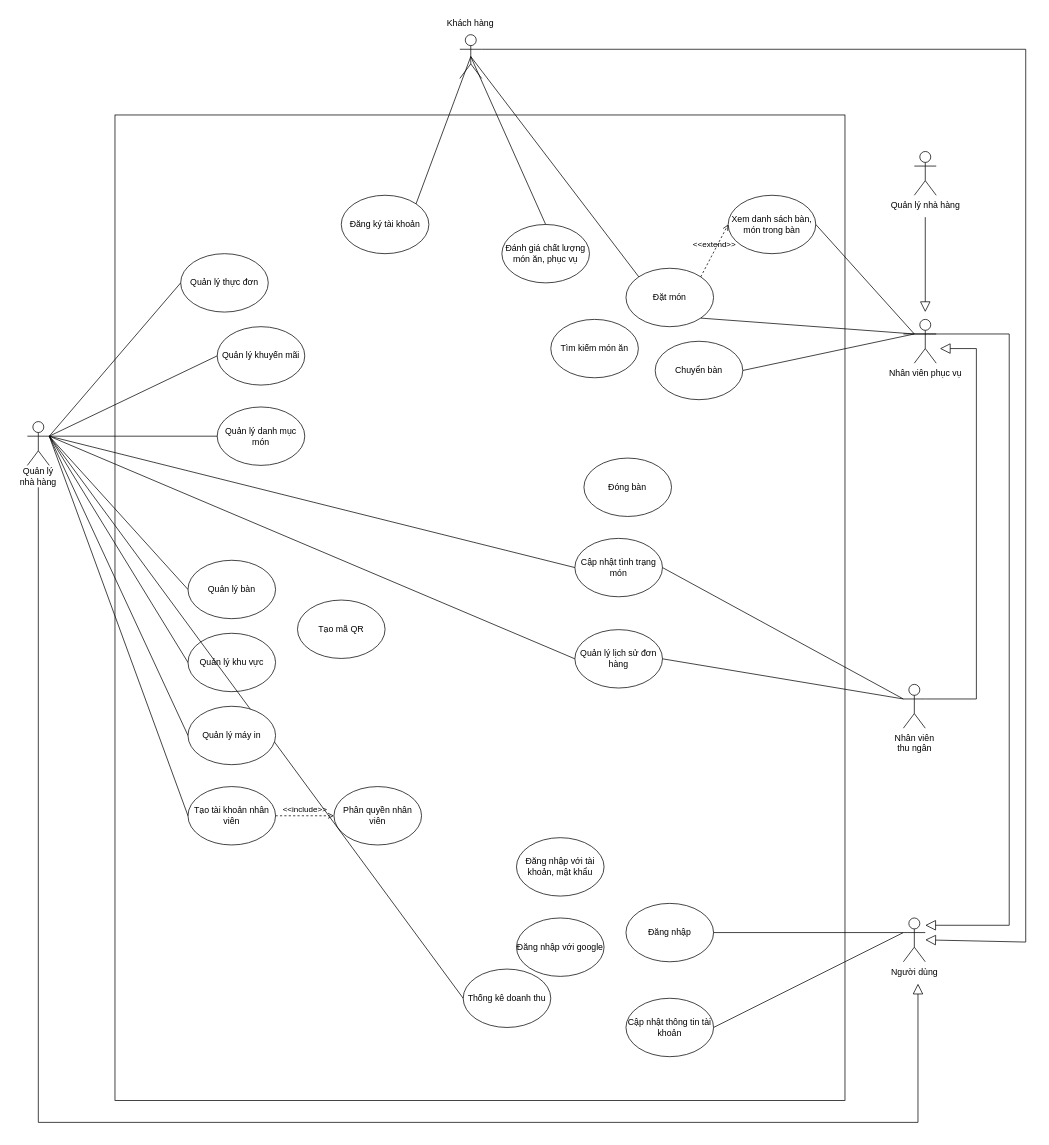
duc-hai/GreenFeast keeps this draw.io diagram as page "Use-case" (1 of 11) of BRD.drawio. Above is the earlier version. Source tidied: cells renumbered, new cells numbered last; positions are measured from the earlier drawing's top-left corner, leaving out a move shared by most shapes. Both pictures are drawn from the tidied source at 73%, with x=0, y=0 at pixel (12, 12).
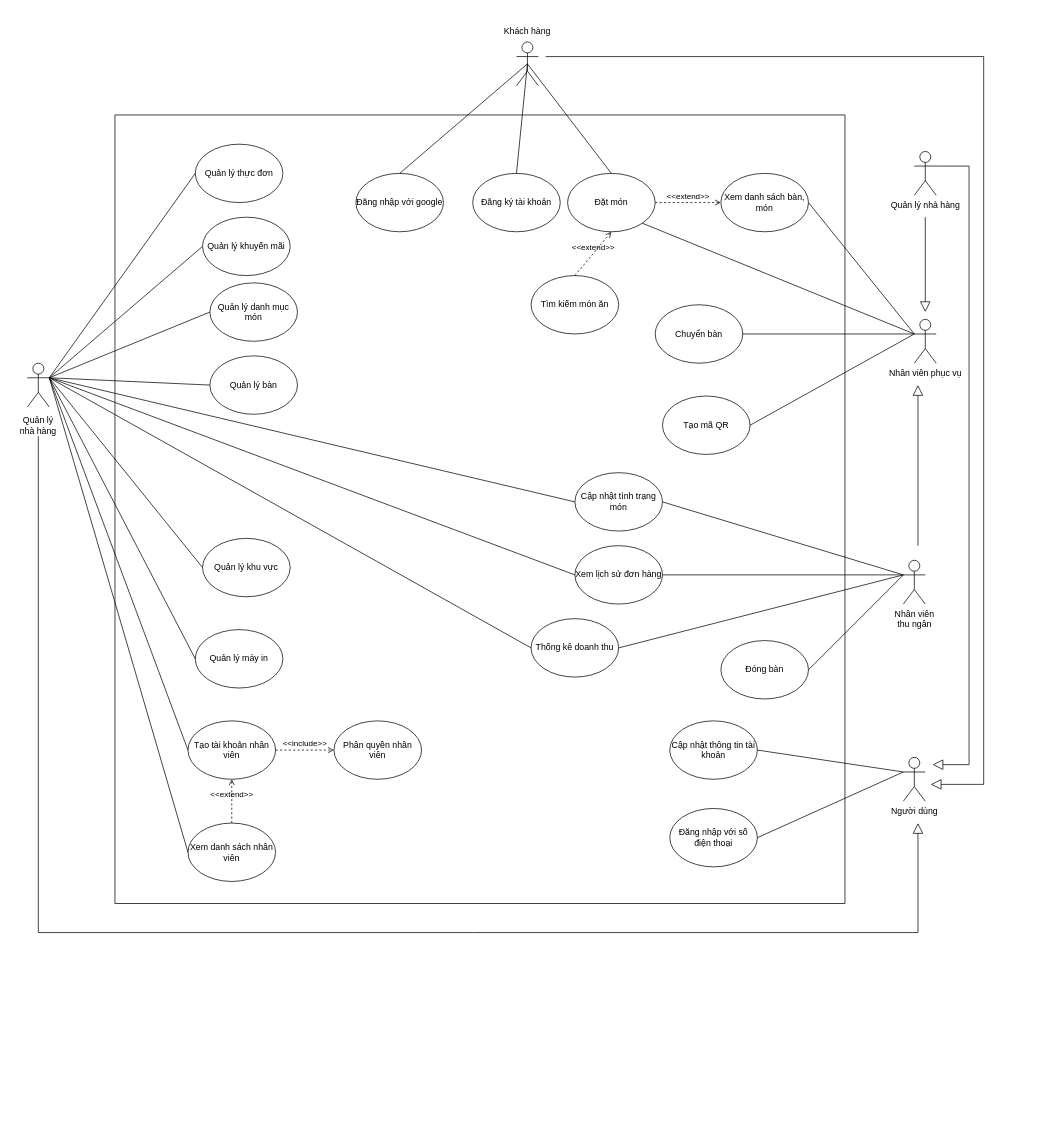
The same page after the edit.

The change refers to these unchanged cells:
```xml
<mxCell id="33" value="Nhân viên phục vụ" style="shape=umlActor;verticalLabelPosition=bottom;verticalAlign=top;html=1;outlineConnect=0;" parent="1" vertex="1">
  <mxGeometry x="1235" y="420" width="30" height="60" as="geometry" />
</mxCell>
<mxCell id="54" value="Quản lý nhà hàng" style="shape=umlActor;verticalLabelPosition=bottom;verticalAlign=top;html=1;outlineConnect=0;" parent="1" vertex="1">
  <mxGeometry x="1235" y="190" width="30" height="60" as="geometry" />
</mxCell>
```

What changed in the source:
```diff
@@
     <mxCell id="2" style="rounded=0;whiteSpace=wrap;html=1;" parent="1" vertex="1">
-      <mxGeometry x="140" y="140" width="1000" height="1350" as="geometry" />
+      <mxGeometry x="140" y="140" width="1000" height="1080" as="geometry" />
     </mxCell>
     <mxCell id="3" value="Quản lý thực đơn" style="ellipse;whiteSpace=wrap;html=1;" parent="1" vertex="1">
-      <mxGeometry x="230" y="330" width="120" height="80" as="geometry" />
+      <mxGeometry x="250" y="180" width="120" height="80" as="geometry" />
     </mxCell>
     <mxCell id="4" value="Quản lý danh mục món" style="ellipse;whiteSpace=wrap;html=1;" parent="1" vertex="1">
-      <mxGeometry x="280" y="540" width="120" height="80" as="geometry" />
+      <mxGeometry x="270" y="370" width="120" height="80" as="geometry" />
     </mxCell>
     <mxCell id="5" value="Quản lý khu vực" style="ellipse;whiteSpace=wrap;html=1;" parent="1" vertex="1">
-      <mxGeometry x="240" y="850" width="120" height="80" as="geometry" />
+      <mxGeometry x="260" y="720" width="120" height="80" as="geometry" />
     </mxCell>
     <mxCell id="6" value="Quản lý bàn" style="ellipse;whiteSpace=wrap;html=1;" parent="1" vertex="1">
-      <mxGeometry x="240" y="750" width="120" height="80" as="geometry" />
+      <mxGeometry x="270" y="470" width="120" height="80" as="geometry" />
     </mxCell>
     <mxCell id="7" value="Quản lý khuyến mãi" style="ellipse;whiteSpace=wrap;html=1;" parent="1" vertex="1">
-      <mxGeometry x="280" y="430" width="120" height="80" as="geometry" />
+      <mxGeometry x="260" y="280" width="120" height="80" as="geometry" />
     </mxCell>
     <mxCell id="8" value="Tạo tài khoản nhân viên" style="ellipse;whiteSpace=wrap;html=1;" parent="1" vertex="1">
-      <mxGeometry x="240" y="1060" width="120" height="80" as="geometry" />
+      <mxGeometry x="240" y="970" width="120" height="80" as="geometry" />
     </mxCell>
     <mxCell id="9" value="Phân quyền nhân viên" style="ellipse;whiteSpace=wrap;html=1;" parent="1" vertex="1">
-      <mxGeometry x="440" y="1060" width="120" height="80" as="geometry" />
+      <mxGeometry x="440" y="970" width="120" height="80" as="geometry" />
     </mxCell>
     <mxCell id="10" style="shape=umlActor;verticalLabelPosition=bottom;verticalAlign=top;html=1;outlineConnect=0;" parent="1" vertex="1">
-      <mxGeometry x="20" y="560" width="30" height="60" as="geometry" />
+      <mxGeometry x="20" y="480" width="30" height="60" as="geometry" />
     </mxCell>
@@
     <mxCell id="17" value="Thống kê doanh thu" style="ellipse;whiteSpace=wrap;html=1;" parent="1" vertex="1">
-      <mxGeometry x="617" y="1310" width="120" height="80" as="geometry" />
+      <mxGeometry x="710" y="830" width="120" height="80" as="geometry" />
     </mxCell>
@@
     <mxCell id="19" value="Đặt món" style="ellipse;whiteSpace=wrap;html=1;" parent="1" vertex="1">
-      <mxGeometry x="840" y="350" width="120" height="80" as="geometry" />
+      <mxGeometry x="760" y="220" width="120" height="80" as="geometry" />
     </mxCell>
-    <mxCell id="20" style="shape=umlActor;verticalLabelPosition=bottom;verticalAlign=top;html=1;outlineConnect=0;" parent="1" vertex="1">
-      <mxGeometry x="612.4" y="30" width="30" height="60" as="geometry" />
-    </mxCell>
-    <mxCell id="21" style="endArrow=none;html=1;rounded=0;exitX=0;exitY=0;exitDx=0;exitDy=0;entryX=0.5;entryY=0.5;entryDx=0;entryDy=0;entryPerimeter=0;" parent="1" edge="1" source="19" target="20">
-      <mxGeometry relative="1" as="geometry" />
-    </mxCell>
@@
     <mxCell id="23" value="Đăng ký tài khoản" style="ellipse;whiteSpace=wrap;html=1;" parent="1" vertex="1">
-      <mxGeometry x="450" y="250" width="120" height="80" as="geometry" />
+      <mxGeometry x="630" y="220" width="120" height="80" as="geometry" />
     </mxCell>
-    <mxCell id="24" style="endArrow=none;html=1;rounded=0;entryX=1;entryY=0;entryDx=0;entryDy=0;exitX=0.5;exitY=0.5;exitDx=0;exitDy=0;exitPerimeter=0;" parent="1" edge="1" source="20" target="23">
-      <mxGeometry relative="1" as="geometry" />
-    </mxCell>
     <mxCell id="25" value="Nhân viên&lt;br&gt;thu ngân" style="shape=umlActor;verticalLabelPosition=bottom;verticalAlign=top;html=1;outlineConnect=0;" parent="1" vertex="1">
-      <mxGeometry x="1220" y="920" width="30" height="60" as="geometry" />
+      <mxGeometry x="1220" y="750" width="30" height="60" as="geometry" />
     </mxCell>
     <mxCell id="26" value="Quản lý máy in" style="ellipse;whiteSpace=wrap;html=1;" parent="1" vertex="1">
-      <mxGeometry x="240" y="950" width="120" height="80" as="geometry" />
+      <mxGeometry x="250" y="845" width="120" height="80" as="geometry" />
     </mxCell>
@@
     <mxCell id="28" value="Người dùng" style="shape=umlActor;verticalLabelPosition=bottom;verticalAlign=top;html=1;outlineConnect=0;" parent="1" vertex="1">
-      <mxGeometry x="1220" y="1240" width="30" height="60" as="geometry" />
+      <mxGeometry x="1220" y="1020" width="30" height="60" as="geometry" />
     </mxCell>
-    <mxCell id="29" value="Đăng nhập" style="ellipse;whiteSpace=wrap;html=1;" parent="1" vertex="1">
-      <mxGeometry x="840" y="1220" width="120" height="80" as="geometry" />
+    <mxCell id="29" value="Đăng nhập với số điện thoại" style="ellipse;whiteSpace=wrap;html=1;" parent="1" vertex="1">
+      <mxGeometry x="900" y="1090" width="120" height="80" as="geometry" />
     </mxCell>
@@
     <mxCell id="34" value="Chuyển bàn" style="ellipse;whiteSpace=wrap;html=1;" parent="1" vertex="1">
-      <mxGeometry x="880" y="450" width="120" height="80" as="geometry" />
+      <mxGeometry x="880" y="400" width="120" height="80" as="geometry" />
     </mxCell>
-    <mxCell id="35" value="Khách hàng" style="text;html=1;strokeColor=none;fillColor=none;align=center;verticalAlign=middle;whiteSpace=wrap;rounded=0;" parent="1" vertex="1">
-      <mxGeometry x="592.4" width="70" height="30" as="geometry" />
-    </mxCell>
     <mxCell id="36" style="edgeStyle=none;html=1;endSize=12;endArrow=block;endFill=0;rounded=0;exitX=0.5;exitY=1;exitDx=0;exitDy=0;" parent="1" edge="1" source="37">
       <mxGeometry relative="1" as="geometry">
-        <mxPoint x="1240" y="1330" as="targetPoint" />
+        <mxPoint x="1240" y="1110" as="targetPoint" />
         <Array as="points">
-          <mxPoint x="35" y="1520" />
-          <mxPoint x="1240" y="1520" />
+          <mxPoint x="35" y="1260" />
+          <mxPoint x="630" y="1260" />
+          <mxPoint x="1240" y="1260" />
         </Array>
       </mxGeometry>
     </mxCell>
     <mxCell id="37" value="Quản lý&lt;br&gt;nhà hàng" style="text;html=1;strokeColor=none;fillColor=none;align=center;verticalAlign=middle;whiteSpace=wrap;rounded=0;" parent="1" vertex="1">
-      <mxGeometry y="620" width="70" height="30" as="geometry" />
+      <mxGeometry y="550" width="70" height="30" as="geometry" />
     </mxCell>
-    <mxCell id="38" style="edgeStyle=none;html=1;endSize=12;endArrow=block;endFill=0;rounded=0;exitX=1;exitY=0.3333333333333333;exitDx=0;exitDy=0;exitPerimeter=0;" parent="1" edge="1" source="20">
+    <mxCell id="38" style="edgeStyle=none;html=1;endSize=12;endArrow=block;endFill=0;rounded=0;" parent="1" edge="1">
       <mxGeometry relative="1" as="geometry">
-        <mxPoint x="1250" y="1270" as="targetPoint" />
+        <mxPoint x="730" y="60" as="sourcePoint" />
+        <mxPoint x="1257.6" y="1057" as="targetPoint" />
         <Array as="points">
-          <mxPoint x="1387.6" y="50" />
-          <mxPoint x="1387.6" y="1273" />
+          <mxPoint x="1330" y="60" />
+          <mxPoint x="1330" y="1057" />
         </Array>
       </mxGeometry>
     </mxCell>
-    <mxCell id="39" style="edgeStyle=none;html=1;endSize=12;endArrow=block;endFill=0;rounded=0;exitX=1;exitY=0.3333333333333333;exitDx=0;exitDy=0;exitPerimeter=0;" parent="1" edge="1">
+    <mxCell id="39" style="edgeStyle=none;html=1;endSize=12;endArrow=block;endFill=0;rounded=0;exitX=1;exitY=0.3333333333333333;exitDx=0;exitDy=0;exitPerimeter=0;" parent="1" edge="1" source="54">
       <mxGeometry relative="1" as="geometry">
-        <mxPoint x="1220" y="440" as="sourcePoint" />
-        <mxPoint x="1250" y="1250" as="targetPoint" />
+        <mxPoint x="1260" y="1030" as="targetPoint" />
         <Array as="points">
-          <mxPoint x="1365" y="440" />
-          <mxPoint x="1365" y="1250" />
+          <mxPoint x="1310" y="210" />
+          <mxPoint x="1310" y="1030" />
         </Array>
       </mxGeometry>
     </mxCell>
-    <mxCell id="40" style="edgeStyle=none;html=1;endSize=12;endArrow=block;endFill=0;rounded=0;exitX=1;exitY=0.3333333333333333;exitDx=0;exitDy=0;exitPerimeter=0;" parent="1" edge="1" source="25">
-      <mxGeometry relative="1" as="geometry">
-        <mxPoint x="1270" y="460" as="targetPoint" />
-        <Array as="points">
-          <mxPoint x="1320" y="940" />
-          <mxPoint x="1320" y="460" />
-        </Array>
-      </mxGeometry>
-    </mxCell>
     <mxCell id="41" value="Cập nhật tình trạng món" style="ellipse;whiteSpace=wrap;html=1;" parent="1" vertex="1">
-      <mxGeometry x="770" y="720" width="120" height="80" as="geometry" />
+      <mxGeometry x="770" y="630" width="120" height="80" as="geometry" />
     </mxCell>
-    <mxCell id="42" value="Xem danh sách bàn, món trong bàn" style="ellipse;whiteSpace=wrap;html=1;" parent="1" vertex="1">
-      <mxGeometry x="980" y="250" width="120" height="80" as="geometry" />
+    <mxCell id="42" value="Xem danh sách bàn, món" style="ellipse;whiteSpace=wrap;html=1;" parent="1" vertex="1">
+      <mxGeometry x="970" y="220" width="120" height="80" as="geometry" />
     </mxCell>
@@
-    <mxCell id="46" value="Đánh giá chất lượng món ăn, phục vụ" style="ellipse;whiteSpace=wrap;html=1;" parent="1" vertex="1">
-      <mxGeometry x="670" y="290" width="120" height="80" as="geometry" />
-    </mxCell>
-    <mxCell id="47" style="endArrow=none;html=1;rounded=0;exitX=0.5;exitY=0;exitDx=0;exitDy=0;entryX=0.5;entryY=0.5;entryDx=0;entryDy=0;entryPerimeter=0;" parent="1" edge="1" source="46" target="20">
-      <mxGeometry relative="1" as="geometry" />
-    </mxCell>
-    <mxCell id="48" value="&amp;lt;&amp;lt;extend&amp;gt;&amp;gt;" style="html=1;verticalAlign=bottom;labelBackgroundColor=none;endArrow=open;endFill=0;dashed=1;rounded=0;exitX=1;exitY=0;exitDx=0;exitDy=0;entryX=0;entryY=0.5;entryDx=0;entryDy=0;" parent="1" edge="1" source="19" target="42">
+    <mxCell id="48" value="&amp;lt;&amp;lt;extend&amp;gt;&amp;gt;" style="html=1;verticalAlign=bottom;labelBackgroundColor=none;endArrow=open;endFill=0;dashed=1;rounded=0;exitX=1;exitY=0.5;exitDx=0;exitDy=0;entryX=0;entryY=0.5;entryDx=0;entryDy=0;" parent="1" edge="1" source="19" target="42">
       <mxGeometry relative="1" as="geometry" />
     </mxCell>
     <mxCell id="49" value="Cập nhật thông tin tài khoản" style="ellipse;whiteSpace=wrap;html=1;" parent="1" vertex="1">
-      <mxGeometry x="840" y="1350" width="120" height="80" as="geometry" />
+      <mxGeometry x="900" y="970" width="120" height="80" as="geometry" />
     </mxCell>
@@
-    <mxCell id="51" value="Quản lý lịch sử đơn hàng" style="ellipse;whiteSpace=wrap;html=1;" parent="1" vertex="1">
-      <mxGeometry x="770" y="845" width="120" height="80" as="geometry" />
+    <mxCell id="51" value="Xem lịch sử đơn hàng" style="ellipse;whiteSpace=wrap;html=1;" parent="1" vertex="1">
+      <mxGeometry x="770" y="730" width="120" height="80" as="geometry" />
     </mxCell>
@@
-    <mxCell id="56" value="Đăng nhập với tài khoản, mật khẩu" style="ellipse;whiteSpace=wrap;html=1;" parent="1" vertex="1">
-      <mxGeometry x="690" y="1130" width="120" height="80" as="geometry" />
-    </mxCell>
     <mxCell id="57" value="Đăng nhập với google" style="ellipse;whiteSpace=wrap;html=1;" parent="1" vertex="1">
-      <mxGeometry x="690" y="1240" width="120" height="80" as="geometry" />
+      <mxGeometry x="470" y="220" width="120" height="80" as="geometry" />
     </mxCell>
     <mxCell id="58" value="Tạo mã QR" style="ellipse;whiteSpace=wrap;html=1;" parent="1" vertex="1">
-      <mxGeometry x="390" y="804.5" width="120" height="80" as="geometry" />
+      <mxGeometry x="890" y="525" width="120" height="80" as="geometry" />
     </mxCell>
     <mxCell id="59" value="Đóng bàn" style="ellipse;whiteSpace=wrap;html=1;" parent="1" vertex="1">
-      <mxGeometry x="782.4" y="610" width="120" height="80" as="geometry" />
+      <mxGeometry x="970" y="860" width="120" height="80" as="geometry" />
     </mxCell>
     <mxCell id="60" value="Tìm kiếm món ăn" style="ellipse;whiteSpace=wrap;html=1;" parent="1" vertex="1">
-      <mxGeometry x="737" y="420" width="120" height="80" as="geometry" />
+      <mxGeometry x="710" y="360" width="120" height="80" as="geometry" />
     </mxCell>
+    <mxCell id="61" value="&amp;lt;&amp;lt;extend&amp;gt;&amp;gt;" style="html=1;verticalAlign=bottom;labelBackgroundColor=none;endArrow=open;endFill=0;dashed=1;rounded=0;entryX=0.5;entryY=1;entryDx=0;entryDy=0;exitX=0.5;exitY=0;exitDx=0;exitDy=0;" parent="1" edge="1" source="60" target="19">
+      <mxGeometry relative="1" as="geometry" />
+    </mxCell>
+    <mxCell id="62" style="endArrow=none;html=1;rounded=0;entryX=0;entryY=0.3333333333333333;entryDx=0;entryDy=0;exitX=1;exitY=0.5;exitDx=0;exitDy=0;entryPerimeter=0;" parent="1" edge="1" source="59" target="25">
+      <mxGeometry relative="1" as="geometry" />
+    </mxCell>
+    <mxCell id="63" style="edgeStyle=none;html=1;endSize=12;endArrow=block;endFill=0;rounded=0;" parent="1" edge="1">
+      <mxGeometry relative="1" as="geometry">
+        <mxPoint x="1240" y="730" as="sourcePoint" />
+        <mxPoint x="1240" y="510" as="targetPoint" />
+      </mxGeometry>
+    </mxCell>
+    <mxCell id="64" style="endArrow=none;html=1;rounded=0;exitX=1;exitY=0.5;exitDx=0;exitDy=0;entryX=0;entryY=0.3333333333333333;entryDx=0;entryDy=0;entryPerimeter=0;" parent="1" edge="1" source="58" target="33">
+      <mxGeometry relative="1" as="geometry" />
+    </mxCell>
+    <mxCell id="65" value="Xem danh sách nhân viên" style="ellipse;whiteSpace=wrap;html=1;" parent="1" vertex="1">
+      <mxGeometry x="240" y="1110" width="120" height="80" as="geometry" />
+    </mxCell>
+    <mxCell id="66" style="endArrow=none;html=1;rounded=0;entryX=0;entryY=0.3333333333333333;entryDx=0;entryDy=0;exitX=1;exitY=0.5;exitDx=0;exitDy=0;entryPerimeter=0;" parent="1" edge="1" source="17" target="25">
+      <mxGeometry relative="1" as="geometry" />
+    </mxCell>
+    <mxCell id="67" style="endArrow=none;html=1;rounded=0;entryX=0;entryY=0.5;entryDx=0;entryDy=0;exitX=1;exitY=0.3333333333333333;exitDx=0;exitDy=0;exitPerimeter=0;" parent="1" edge="1" source="10" target="65">
+      <mxGeometry relative="1" as="geometry" />
+    </mxCell>
+    <mxCell id="68" value="&amp;lt;&amp;lt;extend&amp;gt;&amp;gt;" style="html=1;verticalAlign=bottom;labelBackgroundColor=none;endArrow=open;endFill=0;dashed=1;rounded=0;entryX=0.5;entryY=1;entryDx=0;entryDy=0;exitX=0.5;exitY=0;exitDx=0;exitDy=0;" parent="1" edge="1" source="65" target="8">
+      <mxGeometry relative="1" as="geometry" />
+    </mxCell>
+    <mxCell id="69" style="shape=umlActor;verticalLabelPosition=bottom;verticalAlign=top;html=1;outlineConnect=0;" parent="1" vertex="1">
+      <mxGeometry x="690" y="40" width="30" height="60" as="geometry" />
+    </mxCell>
+    <mxCell id="70" style="endArrow=none;html=1;rounded=0;entryX=0.5;entryY=0.5;entryDx=0;entryDy=0;entryPerimeter=0;exitX=0.5;exitY=0;exitDx=0;exitDy=0;" parent="1" edge="1" source="57" target="69">
+      <mxGeometry relative="1" as="geometry" />
+    </mxCell>
+    <mxCell id="71" style="endArrow=none;html=1;rounded=0;entryX=0.5;entryY=0.5;entryDx=0;entryDy=0;entryPerimeter=0;exitX=0.5;exitY=0;exitDx=0;exitDy=0;" parent="1" edge="1" source="23" target="69">
+      <mxGeometry relative="1" as="geometry" />
+    </mxCell>
+    <mxCell id="72" style="endArrow=none;html=1;rounded=0;entryX=0.5;entryY=0.5;entryDx=0;entryDy=0;entryPerimeter=0;exitX=0.5;exitY=0;exitDx=0;exitDy=0;" parent="1" edge="1" source="19" target="69">
+      <mxGeometry relative="1" as="geometry" />
+    </mxCell>
+    <mxCell id="35" value="Khách hàng" style="text;html=1;align=center;verticalAlign=middle;whiteSpace=wrap;rounded=0;" parent="1" vertex="1">
+      <mxGeometry x="665" y="10" width="80" height="30" as="geometry" />
+    </mxCell>
```
